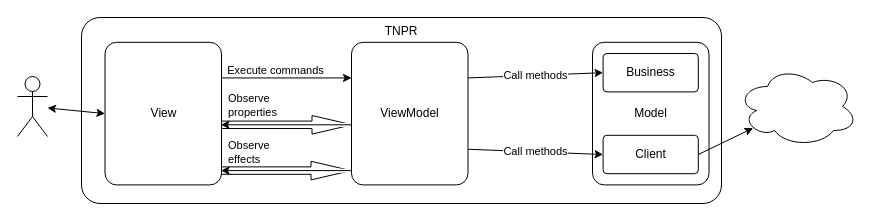
Before: documents/layers.drawio in geekarist/tnpr, a draw.io diagram. Source tidied: cells renumbered, new cells numbered last; positions are measured from the earlier drawing's top-left corner, leaving out a move shared by most shapes. Both pictures are drawn from the tidied source at 100%, with x=0, y=0 at pixel (17, 17).
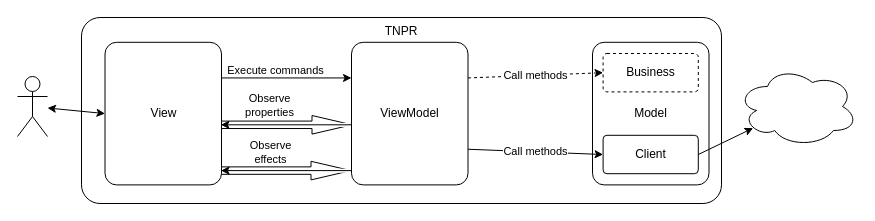
The same page after the edit.

Commit message (it also covers changes not shown here):
Tweak layers diagram

Unchanged cells that the change refers to:
```xml
<mxCell id="8" style="endArrow=classic;html=1;entryX=0;entryY=0.5;entryDx=0;entryDy=0;entryPerimeter=0;exitX=1;exitY=0.5;exitDx=0;exitDy=0;exitPerimeter=0;" parent="5" edge="1" source="6" target="6">
  <mxGeometry relative="1" as="geometry" />
</mxCell>
<mxCell id="15" value="ViewModel" style="rounded=1;arcSize=10;whiteSpace=wrap;html=1;align=center;verticalAlign=middle;" parent="1" vertex="1">
  <mxGeometry x="334" y="24.8" width="116.5" height="142.6" as="geometry" />
</mxCell>
```

Change to the diagram source:
```diff
@@
-    <mxCell id="9" value="Observe&lt;br&gt;properties" style="edgeLabel;html=1;align=left;verticalAlign=middle;" parent="8" vertex="1">
+    <mxCell id="9" value="Observe&lt;br&gt;properties" style="edgeLabel;html=1;align=center;verticalAlign=middle;" parent="8" vertex="1">
       <mxGeometry x="0.02" y="-2" relative="1" as="geometry">
-        <mxPoint x="-59" y="-18" as="offset" />
+        <mxPoint x="-16" y="-18" as="offset" />
       </mxGeometry>
     </mxCell>
@@
-    <mxCell id="14" value="Observe&lt;br&gt;effects" style="edgeLabel;html=1;align=left;verticalAlign=middle;" parent="1" vertex="1">
-      <mxGeometry x="209" y="134.1" as="geometry" />
+    <mxCell id="14" value="Observe&lt;br&gt;effects" style="edgeLabel;html=1;align=center;verticalAlign=middle;" parent="1" vertex="1">
+      <mxGeometry x="252" y="134.1" as="geometry" />
     </mxCell>
@@
-    <mxCell id="20" value="Business" style="rounded=1;arcSize=10;whiteSpace=wrap;html=1;align=center;verticalAlign=middle;glass=0;shadow=0;sketch=0;" parent="1" vertex="1">
+    <mxCell id="20" value="Business" style="rounded=1;arcSize=10;whiteSpace=wrap;html=1;align=center;verticalAlign=middle;glass=0;shadow=0;sketch=0;dashed=1;" parent="1" vertex="1">
       <mxGeometry x="585.6" y="36" width="95.2" height="38.4" as="geometry" />
     </mxCell>
@@
-    <mxCell id="22" value="Call methods" style="endArrow=classic;html=1;shadow=0;targetPerimeterSpacing=10;entryX=0;entryY=0.5;entryDx=0;entryDy=0;exitX=1;exitY=0.25;exitDx=0;exitDy=0;" parent="1" edge="1" source="15" target="20">
+    <mxCell id="22" value="Call methods" style="endArrow=classic;html=1;shadow=0;targetPerimeterSpacing=10;entryX=0;entryY=0.5;entryDx=0;entryDy=0;exitX=1;exitY=0.25;exitDx=0;exitDy=0;dashed=1;" parent="1" edge="1" source="15" target="20">
       <mxGeometry x="200" y="276" as="geometry" />
     </mxCell>
```
